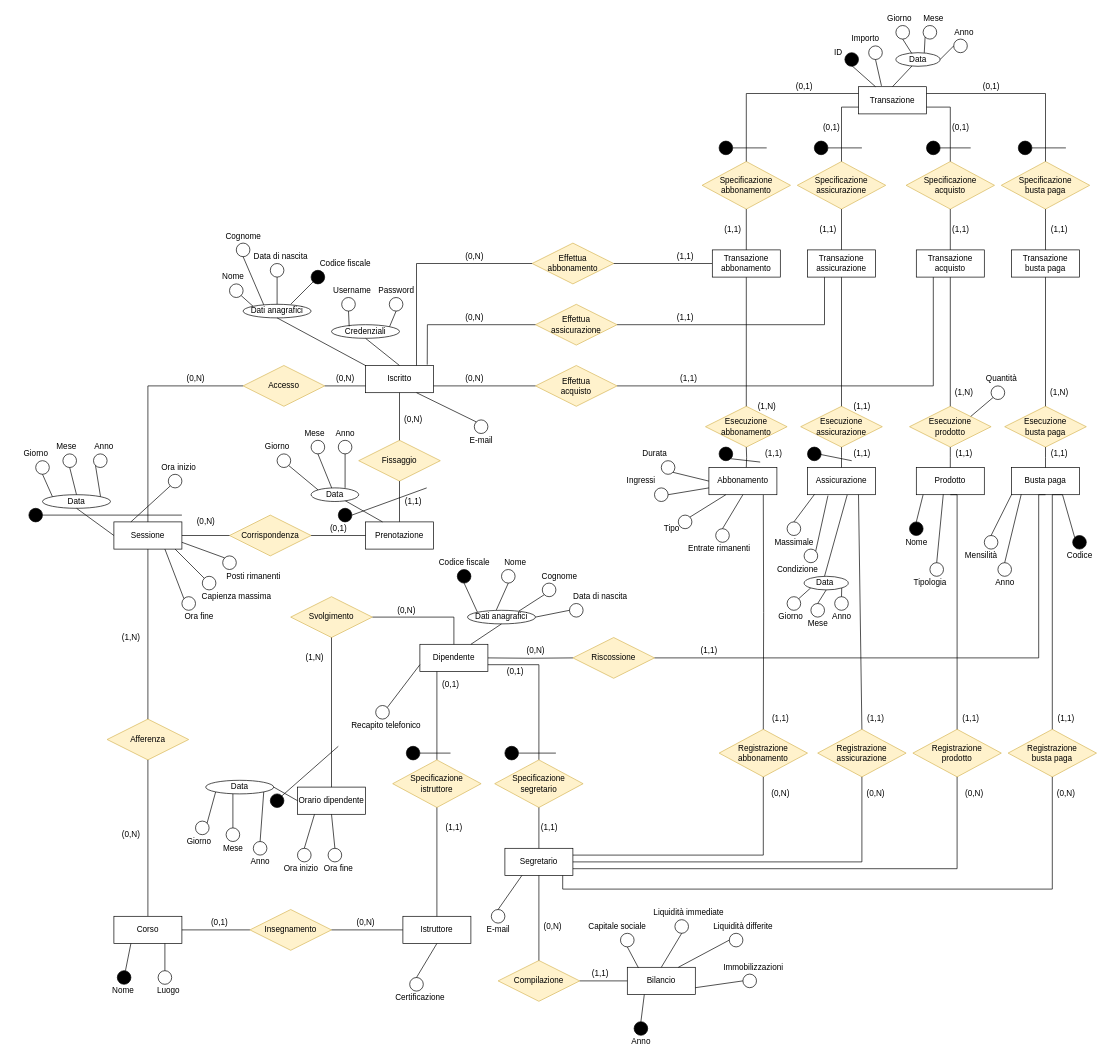
The draw.io diagram Diagrammi ER/ER_senza_gerarchie.drawio in DavideNunin/anconarockclimb, before the edit. Source tidied: cells renumbered, new cells numbered last; positions are measured from the earlier drawing's top-left corner, leaving out a move shared by most shapes. Both pictures are drawn from the tidied source at 68%, with x=0, y=0 at pixel (18, 12).
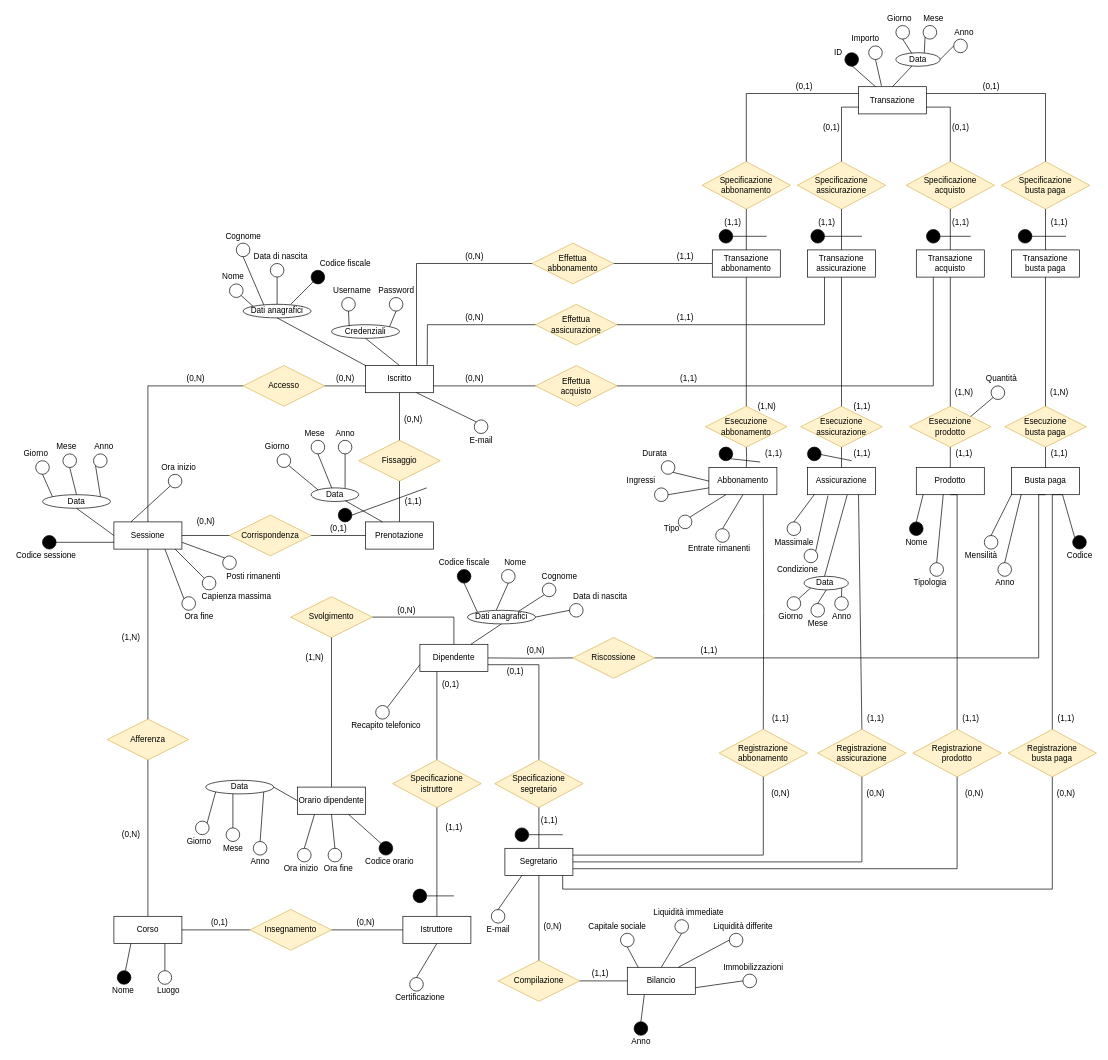
After the change.

Unchanged cells that the change refers to:
```xml
<mxCell id="4" value="Sessione" style="whiteSpace=wrap;html=1;align=center;" parent="1" vertex="1">
  <mxGeometry x="140" y="750" width="100" height="40" as="geometry" />
</mxCell>
<mxCell id="257" value="Orario dipendente" style="whiteSpace=wrap;html=1;align=center;" parent="1" vertex="1">
  <mxGeometry x="410" y="1140" width="100" height="40" as="geometry" />
</mxCell>
```

What changed in the source:
```diff
@@
     <mxCell id="110" style="ellipse;whiteSpace=wrap;html=1;glass=0;fillColor=#000000;" parent="1" vertex="1">
-      <mxGeometry x="15" y="730" width="20" height="20" as="geometry" />
+      <mxGeometry x="35" y="770" width="20" height="20" as="geometry" />
     </mxCell>
-    <mxCell id="111" style="endArrow=none;html=1;rounded=0;exitX=1;exitY=0.5;exitDx=0;exitDy=0;" parent="1" edge="1" source="110">
-      <mxGeometry relative="1" as="geometry">
-        <mxPoint x="240" y="740" as="targetPoint" />
-      </mxGeometry>
-    </mxCell>
@@
     <mxCell id="230" value="(1,1)" style="text;html=1;align=center;verticalAlign=middle;strokeColor=none;fillColor=none;" parent="1" vertex="1">
-      <mxGeometry x="1030" y="310" width="40" height="20" as="geometry" />
+      <mxGeometry x="1030" y="300" width="40" height="20" as="geometry" />
     </mxCell>
     <mxCell id="231" value="(1,1)" style="text;html=1;align=center;verticalAlign=middle;strokeColor=none;fillColor=none;" parent="1" vertex="1">
-      <mxGeometry x="1510" y="310" width="40" height="20" as="geometry" />
+      <mxGeometry x="1510" y="300" width="40" height="20" as="geometry" />
     </mxCell>
     <mxCell id="232" value="(1,1)" style="text;html=1;align=center;verticalAlign=middle;strokeColor=none;fillColor=none;" parent="1" vertex="1">
-      <mxGeometry x="1365" y="310" width="40" height="20" as="geometry" />
+      <mxGeometry x="1365" y="300" width="40" height="20" as="geometry" />
     </mxCell>
     <mxCell id="233" value="(1,1)" style="text;html=1;align=center;verticalAlign=middle;strokeColor=none;fillColor=none;" parent="1" vertex="1">
-      <mxGeometry x="1170" y="310" width="40" height="20" as="geometry" />
+      <mxGeometry x="1167.5" y="300" width="40" height="20" as="geometry" />
     </mxCell>
     <mxCell id="234" style="ellipse;whiteSpace=wrap;html=1;glass=0;fillColor=#000000;" parent="1" vertex="1">
-      <mxGeometry x="1470" y="190" width="20" height="20" as="geometry" />
+      <mxGeometry x="1470" y="320" width="20" height="20" as="geometry" />
     </mxCell>
     <mxCell id="235" style="ellipse;whiteSpace=wrap;html=1;glass=0;fillColor=#000000;" parent="1" vertex="1">
-      <mxGeometry x="1335" y="190" width="20" height="20" as="geometry" />
+      <mxGeometry x="1335" y="320" width="20" height="20" as="geometry" />
     </mxCell>
     <mxCell id="236" style="ellipse;whiteSpace=wrap;html=1;glass=0;fillColor=#000000;" parent="1" vertex="1">
-      <mxGeometry x="1170" y="190" width="20" height="20" as="geometry" />
+      <mxGeometry x="1165" y="320" width="20" height="20" as="geometry" />
     </mxCell>
     <mxCell id="237" style="ellipse;whiteSpace=wrap;html=1;glass=0;fillColor=#000000;" parent="1" vertex="1">
-      <mxGeometry x="1030" y="190" width="20" height="20" as="geometry" />
+      <mxGeometry x="1030" y="320" width="20" height="20" as="geometry" />
     </mxCell>
     <mxCell id="238" style="endArrow=none;html=1;rounded=0;exitX=1;exitY=0.5;exitDx=0;exitDy=0;" parent="1" edge="1" source="237">
       <mxGeometry relative="1" as="geometry">
-        <mxPoint x="1100" y="200" as="targetPoint" />
+        <mxPoint x="1100" y="330" as="targetPoint" />
       </mxGeometry>
     </mxCell>
     <mxCell id="239" style="endArrow=none;html=1;rounded=0;exitX=1;exitY=0.5;exitDx=0;exitDy=0;" parent="1" edge="1" source="236">
       <mxGeometry relative="1" as="geometry">
-        <mxPoint x="1240" y="200" as="targetPoint" />
+        <mxPoint x="1240" y="330" as="targetPoint" />
       </mxGeometry>
     </mxCell>
     <mxCell id="240" style="endArrow=none;html=1;rounded=0;exitX=1;exitY=0.5;exitDx=0;exitDy=0;" parent="1" edge="1" source="234">
       <mxGeometry relative="1" as="geometry">
-        <mxPoint x="1540" y="200" as="targetPoint" />
+        <mxPoint x="1540" y="330" as="targetPoint" />
       </mxGeometry>
     </mxCell>
     <mxCell id="241" style="endArrow=none;html=1;rounded=0;exitX=1;exitY=0.5;exitDx=0;exitDy=0;" parent="1" edge="1" source="235">
       <mxGeometry relative="1" as="geometry">
-        <mxPoint x="1400" y="200" as="targetPoint" />
+        <mxPoint x="1400" y="330" as="targetPoint" />
       </mxGeometry>
     </mxCell>
@@
-    <mxCell id="300" style="endArrow=none;html=1;rounded=0;entryX=1;entryY=0;entryDx=0;entryDy=0;" parent="1" edge="1" target="325">
-      <mxGeometry relative="1" as="geometry">
-        <mxPoint x="470" y="1080" as="sourcePoint" />
-      </mxGeometry>
-    </mxCell>
@@
     <mxCell id="311" style="ellipse;whiteSpace=wrap;html=1;glass=0;fillColor=#000000;" parent="1" vertex="1">
-      <mxGeometry x="715" y="1080" width="20" height="20" as="geometry" />
+      <mxGeometry x="730" y="1200" width="20" height="20" as="geometry" />
     </mxCell>
     <mxCell id="312" style="ellipse;whiteSpace=wrap;html=1;glass=0;fillColor=#000000;" parent="1" vertex="1">
-      <mxGeometry x="570" y="1080" width="20" height="20" as="geometry" />
+      <mxGeometry x="580" y="1290" width="20" height="20" as="geometry" />
     </mxCell>
     <mxCell id="313" style="endArrow=none;html=1;rounded=0;exitX=1;exitY=0.5;exitDx=0;exitDy=0;" parent="1" edge="1" source="311">
       <mxGeometry relative="1" as="geometry">
-        <mxPoint x="790" y="1090" as="targetPoint" />
+        <mxPoint x="800" y="1210" as="targetPoint" />
       </mxGeometry>
     </mxCell>
     <mxCell id="314" style="endArrow=none;html=1;rounded=0;exitX=1;exitY=0.5;exitDx=0;exitDy=0;" parent="1" edge="1" source="312">
       <mxGeometry relative="1" as="geometry">
-        <mxPoint x="635" y="1090" as="targetPoint" />
+        <mxPoint x="640" y="1300" as="targetPoint" />
       </mxGeometry>
     </mxCell>
@@
     <mxCell id="325" style="ellipse;whiteSpace=wrap;html=1;glass=0;fillColor=#000000;" parent="1" vertex="1">
-      <mxGeometry x="370" y="1150" width="20" height="20" as="geometry" />
+      <mxGeometry x="530" y="1220" width="20" height="20" as="geometry" />
     </mxCell>
@@
     <mxCell id="330" value="(1,1)" style="text;html=1;align=center;verticalAlign=middle;strokeColor=none;fillColor=none;" parent="1" vertex="1">
-      <mxGeometry x="760" y="1190" width="40" height="20" as="geometry" />
+      <mxGeometry x="760" y="1180" width="40" height="20" as="geometry" />
     </mxCell>
@@
+    <mxCell id="353" style="endArrow=none;html=1;rounded=0;entryX=0;entryY=0.75;entryDx=0;entryDy=0;exitX=1;exitY=0.5;exitDx=0;exitDy=0;" parent="1" edge="1" source="110" target="4">
+      <mxGeometry relative="1" as="geometry" />
+    </mxCell>
+    <mxCell id="354" value="Codice sessione" style="text;html=1;align=center;verticalAlign=middle;strokeColor=none;fillColor=none;" parent="1" vertex="1">
+      <mxGeometry x="-10" y="790" width="100" height="20" as="geometry" />
+    </mxCell>
+    <mxCell id="355" value="Codice orario" style="text;html=1;align=center;verticalAlign=middle;strokeColor=none;fillColor=none;" parent="1" vertex="1">
+      <mxGeometry x="500" y="1240" width="90" height="20" as="geometry" />
+    </mxCell>
+    <mxCell id="356" style="endArrow=none;html=1;rounded=0;entryX=0;entryY=0;entryDx=0;entryDy=0;exitX=0.75;exitY=1;exitDx=0;exitDy=0;" parent="1" edge="1" source="257" target="325">
+      <mxGeometry relative="1" as="geometry" />
+    </mxCell>
```
